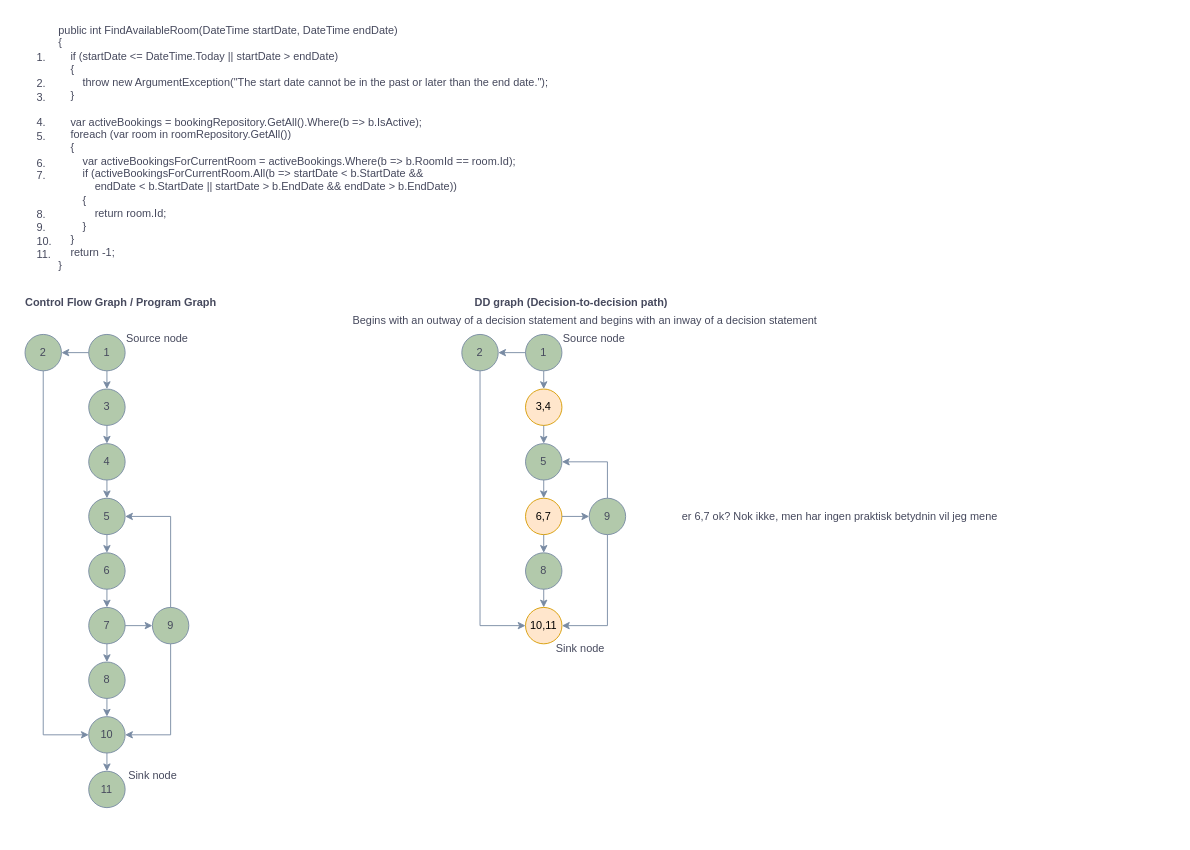
Before: page "FindAvailableRoom" (1 of 2) of Unavngivet diagram.drawio in leaand01/WhiteBoxTesting_temp, a draw.io diagram. Source tidied: cells renumbered, new cells numbered last; positions are measured from the earlier drawing's top-left corner, leaving out a move shared by most shapes. Both pictures are drawn from the tidied source at 91%, with x=0, y=0 at pixel (15, 15).
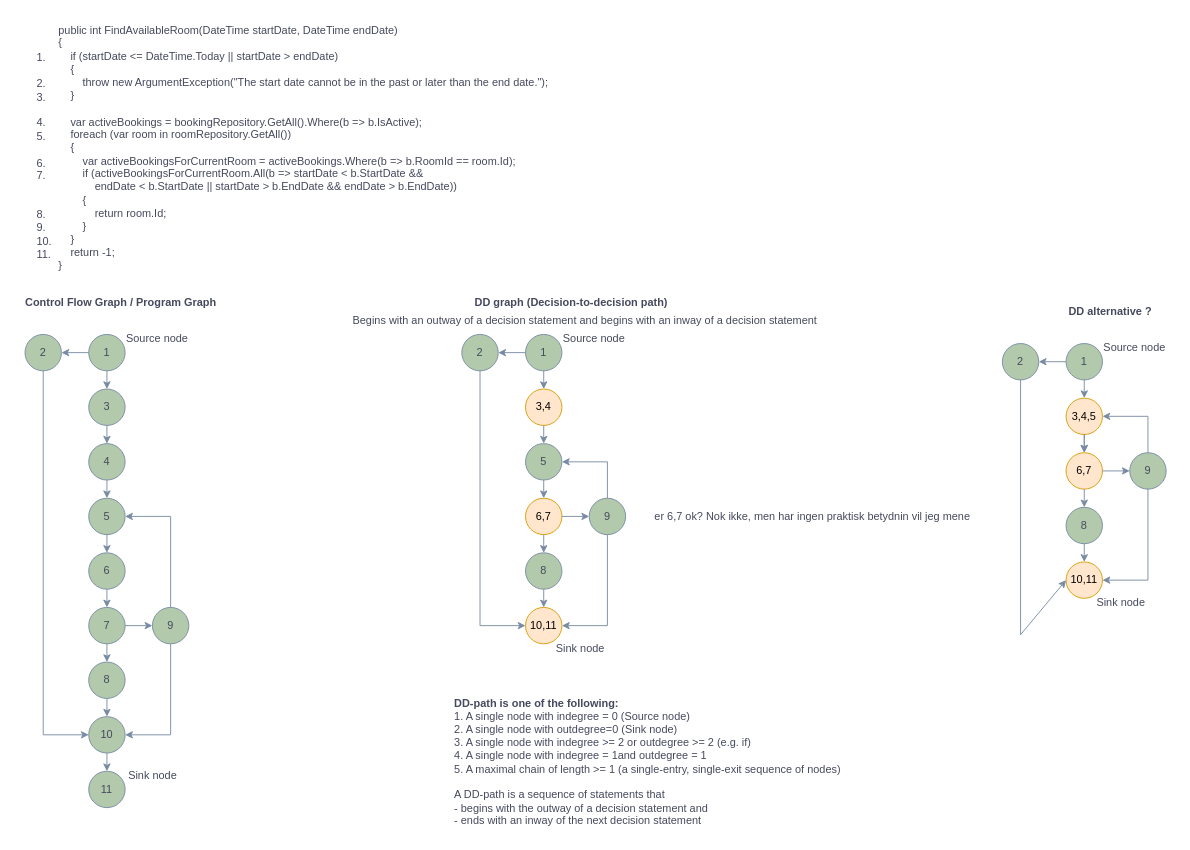
The same diagram, later.

What changed in the source:
```diff
@@
     <mxCell id="49" value="er 6,7 ok? Nok ikke, men har ingen praktisk betydnin vil jeg mene" style="text;html=1;align=center;verticalAlign=middle;strokeColor=none;fillColor=none;labelBackgroundColor=none;fontColor=#46495D;" parent="1" vertex="1">
-      <mxGeometry x="720" y="535" width="370" height="30" as="geometry" />
+      <mxGeometry x="690" y="535" width="370" height="30" as="geometry" />
     </mxCell>
@@
+    <mxCell id="54" value="&lt;b&gt;DD-path is one of the following:&lt;/b&gt;&lt;div&gt;1. A single node with indegree = 0 (Source node)&lt;/div&gt;&lt;div&gt;2. A single node with outdegree=0 (Sink node)&lt;/div&gt;&lt;div&gt;3. A single node with indegree &amp;gt;= 2 or outdegree &amp;gt;= 2 (e.g. if)&lt;/div&gt;&lt;div&gt;4. A single node with indegree = 1and outdegree = 1&lt;/div&gt;&lt;div&gt;5. A maximal chain of length &amp;gt;= 1 (a single-entry, single-exit sequence of nodes)&lt;/div&gt;&lt;div&gt;&lt;br&gt;&lt;/div&gt;&lt;div&gt;A DD-path is a sequence of statements that&amp;nbsp;&lt;/div&gt;&lt;div&gt;- begins with the outway of a decision statement&amp;nbsp;&lt;span style=&quot;background-color: initial;&quot;&gt;and&lt;/span&gt;&lt;/div&gt;&lt;div&gt;&lt;span style=&quot;background-color: initial;&quot;&gt;- ends with an inway of the next decision statement&lt;/span&gt;&lt;/div&gt;" style="text;html=1;align=left;verticalAlign=middle;strokeColor=none;fillColor=none;fontColor=#46495D;" parent="1" vertex="1">
+      <mxGeometry x="480" y="740" width="450" height="160" as="geometry" />
+    </mxCell>
+    <mxCell id="55" value="&lt;b&gt;DD alternative ?&amp;nbsp;&lt;/b&gt;" style="text;html=1;align=center;verticalAlign=middle;strokeColor=none;fillColor=none;labelBackgroundColor=none;fontColor=#46495D;" parent="1" vertex="1">
+      <mxGeometry x="1144" y="310" width="120" height="30" as="geometry" />
+    </mxCell>
+    <mxCell id="56" value="1" style="ellipse;whiteSpace=wrap;html=1;labelBackgroundColor=none;fillColor=#B2C9AB;strokeColor=#788AA3;fontColor=#46495D;" parent="1" vertex="1">
+      <mxGeometry x="1154" y="360" width="40" height="40" as="geometry" />
+    </mxCell>
+    <mxCell id="57" value="Source node" style="text;html=1;align=center;verticalAlign=middle;strokeColor=none;fillColor=none;labelBackgroundColor=none;fontColor=#46495D;" parent="1" vertex="1">
+      <mxGeometry x="1184" y="350" width="90" height="30" as="geometry" />
+    </mxCell>
+    <mxCell id="58" value="2" style="ellipse;whiteSpace=wrap;html=1;labelBackgroundColor=none;fillColor=#B2C9AB;strokeColor=#788AA3;fontColor=#46495D;" parent="1" vertex="1">
+      <mxGeometry x="1084" y="360" width="40" height="40" as="geometry" />
+    </mxCell>
+    <mxCell id="59" value="3,4,5" style="ellipse;whiteSpace=wrap;html=1;labelBackgroundColor=none;fillColor=#ffe6cc;strokeColor=#d79b00;" parent="1" vertex="1">
+      <mxGeometry x="1154" y="420" width="40" height="40" as="geometry" />
+    </mxCell>
+    <mxCell id="60" style="edgeStyle=none;jettySize=auto;html=1;rounded=0;entryX=1;entryY=0.5;entryDx=0;entryDy=0;exitX=0;exitY=0.5;exitDx=0;exitDy=0;labelBackgroundColor=none;strokeColor=#788AA3;fontColor=default;" parent="1" edge="1" source="56" target="58">
+      <mxGeometry relative="1" as="geometry" />
+    </mxCell>
+    <mxCell id="61" style="edgeStyle=none;jettySize=auto;html=1;rounded=0;entryX=0.5;entryY=0;entryDx=0;entryDy=0;exitX=0.5;exitY=1;exitDx=0;exitDy=0;labelBackgroundColor=none;strokeColor=#788AA3;fontColor=default;" parent="1" edge="1" source="56" target="59">
+      <mxGeometry relative="1" as="geometry" />
+    </mxCell>
+    <mxCell id="62" value="6,7" style="ellipse;whiteSpace=wrap;html=1;labelBackgroundColor=none;fillColor=#ffe6cc;strokeColor=#d79b00;" parent="1" vertex="1">
+      <mxGeometry x="1154" y="480" width="40" height="40" as="geometry" />
+    </mxCell>
+    <mxCell id="63" value="8" style="ellipse;whiteSpace=wrap;html=1;labelBackgroundColor=none;fillColor=#B2C9AB;strokeColor=#788AA3;fontColor=#46495D;" parent="1" vertex="1">
+      <mxGeometry x="1154" y="540" width="40" height="40" as="geometry" />
+    </mxCell>
+    <mxCell id="64" value="9" style="ellipse;whiteSpace=wrap;html=1;labelBackgroundColor=none;fillColor=#B2C9AB;strokeColor=#788AA3;fontColor=#46495D;" parent="1" vertex="1">
+      <mxGeometry x="1224" y="480" width="40" height="40" as="geometry" />
+    </mxCell>
+    <mxCell id="65" style="edgeStyle=none;jettySize=auto;html=1;rounded=0;exitX=0.5;exitY=1;exitDx=0;exitDy=0;entryX=0.5;entryY=0;entryDx=0;entryDy=0;labelBackgroundColor=none;strokeColor=#788AA3;fontColor=default;" parent="1" edge="1" target="62">
+      <mxGeometry relative="1" as="geometry">
+        <mxPoint x="1174" y="460" as="sourcePoint" />
+      </mxGeometry>
+    </mxCell>
+    <mxCell id="66" style="edgeStyle=none;jettySize=auto;html=1;rounded=0;exitX=0.5;exitY=1;exitDx=0;exitDy=0;entryX=0.5;entryY=0;entryDx=0;entryDy=0;labelBackgroundColor=none;strokeColor=#788AA3;fontColor=default;" parent="1" edge="1" source="62" target="63">
+      <mxGeometry relative="1" as="geometry" />
+    </mxCell>
+    <mxCell id="67" style="edgeStyle=none;jettySize=auto;html=1;rounded=0;exitX=0.5;exitY=1;exitDx=0;exitDy=0;entryX=0.5;entryY=0;entryDx=0;entryDy=0;labelBackgroundColor=none;strokeColor=#788AA3;fontColor=default;" parent="1" edge="1" source="63">
+      <mxGeometry relative="1" as="geometry">
+        <mxPoint x="1174" y="600" as="targetPoint" />
+      </mxGeometry>
+    </mxCell>
+    <mxCell id="68" style="edgeStyle=none;jettySize=auto;html=1;rounded=0;exitX=1;exitY=0.5;exitDx=0;exitDy=0;entryX=0;entryY=0.5;entryDx=0;entryDy=0;labelBackgroundColor=none;strokeColor=#788AA3;fontColor=default;" parent="1" edge="1" source="62" target="64">
+      <mxGeometry relative="1" as="geometry" />
+    </mxCell>
+    <mxCell id="69" style="edgeStyle=none;jettySize=auto;html=1;rounded=0;exitX=0.5;exitY=0;exitDx=0;exitDy=0;entryX=1;entryY=0.5;entryDx=0;entryDy=0;labelBackgroundColor=none;strokeColor=#788AA3;fontColor=default;" parent="1" edge="1" source="64">
+      <mxGeometry relative="1" as="geometry">
+        <mxPoint x="1194" y="440" as="targetPoint" />
+        <Array as="points">
+          <mxPoint x="1244" y="440" />
+        </Array>
+      </mxGeometry>
+    </mxCell>
+    <mxCell id="70" style="edgeStyle=none;jettySize=auto;html=1;rounded=0;exitX=0.5;exitY=1;exitDx=0;exitDy=0;entryX=0.5;entryY=0;entryDx=0;entryDy=0;labelBackgroundColor=none;strokeColor=#788AA3;fontColor=default;" parent="1" edge="1" source="59">
+      <mxGeometry relative="1" as="geometry">
+        <mxPoint x="1174" y="480" as="targetPoint" />
+      </mxGeometry>
+    </mxCell>
+    <mxCell id="71" value="10,11" style="ellipse;whiteSpace=wrap;html=1;labelBackgroundColor=none;fillColor=#ffe6cc;strokeColor=#d79b00;" parent="1" vertex="1">
+      <mxGeometry x="1154" y="600" width="40" height="40" as="geometry" />
+    </mxCell>
+    <mxCell id="72" value="Sink node" style="text;html=1;align=center;verticalAlign=middle;strokeColor=none;fillColor=none;labelBackgroundColor=none;fontColor=#46495D;" parent="1" vertex="1">
+      <mxGeometry x="1174" y="630" width="80" height="30" as="geometry" />
+    </mxCell>
+    <mxCell id="73" style="edgeStyle=none;jettySize=auto;html=1;rounded=0;exitX=0.5;exitY=1;exitDx=0;exitDy=0;entryX=0;entryY=0.5;entryDx=0;entryDy=0;labelBackgroundColor=none;strokeColor=#788AA3;fontColor=default;" parent="1" edge="1" source="58" target="71">
+      <mxGeometry relative="1" as="geometry">
+        <Array as="points">
+          <mxPoint x="1104" y="680" />
+        </Array>
+      </mxGeometry>
+    </mxCell>
+    <mxCell id="74" style="edgeStyle=none;jettySize=auto;html=1;rounded=0;exitX=0.5;exitY=1;exitDx=0;exitDy=0;entryX=1;entryY=0.5;entryDx=0;entryDy=0;labelBackgroundColor=none;strokeColor=#788AA3;fontColor=default;" parent="1" edge="1" source="64" target="71">
+      <mxGeometry relative="1" as="geometry">
+        <Array as="points">
+          <mxPoint x="1244" y="620" />
+        </Array>
+      </mxGeometry>
+    </mxCell>
```
